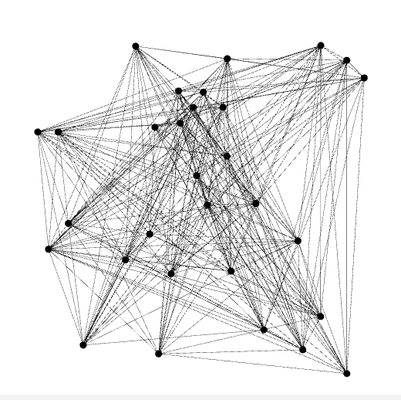
Earlier version of the Graphviz export Graph Images/ErdosRenyi30.png (isailg/GraphLibrary). Its source is kept beside it as GraphViz/ErdosRenyi30.gv.
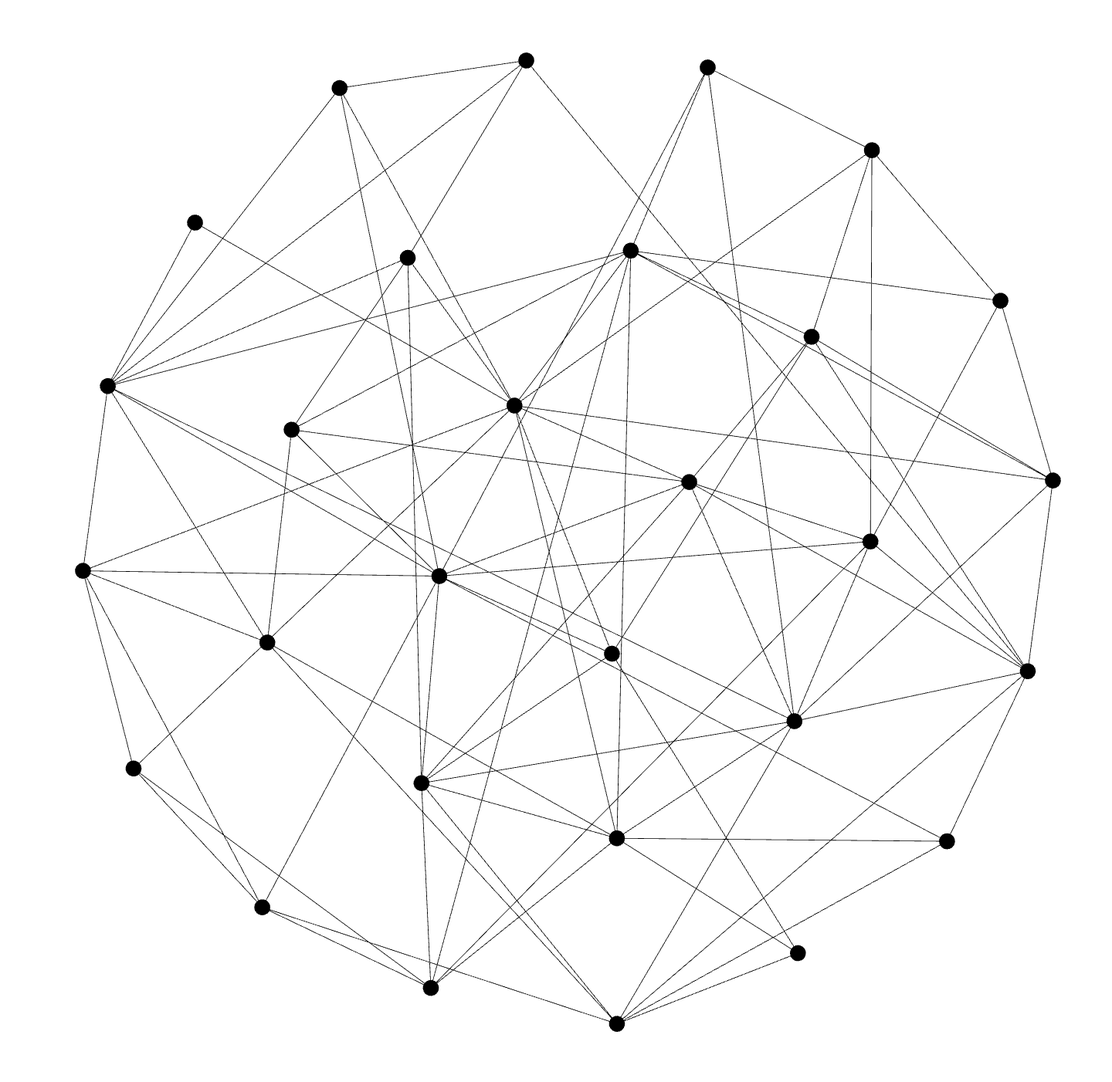
The same file after the commit.

What changed in the source:
```diff
@@ -1,287 +1,91 @@
-graph ErdosRenyi30 {
-5 -- 4;
-7 -- 8;
-6 -- 10;
+graph GeneratedGraphs(.gv)/ErdosRenyi30 {
+6 -- 27;
+21 -- 14;
+13 -- 26;
+26 -- 25;
+23 -- 7;
+25 -- 12;
+0 -- 12;
+17 -- 25;
+26 -- 14;
+10 -- 4;
+23 -- 21;
+18 -- 16;
+3 -- 21;
+3 -- 1;
+17 -- 9;
+25 -- 16;
+11 -- 21;
+10 -- 17;
+8 -- 0;
+12 -- 9;
+20 -- 0;
+14 -- 13;
+3 -- 5;
+3 -- 22;
+20 -- 1;
+3 -- 7;
+23 -- 29;
+24 -- 21;
+15 -- 3;
+22 -- 6;
+14 -- 8;
 20 -- 29;
-0 -- 23;
-24 -- 18;
-2 -- 16;
-16 -- 21;
-14 -- 19;
-19 -- 25;
-0 -- 8;
-6 -- 8;
-19 -- 2;
-15 -- 2;
-6 -- 26;
-2 -- 6;
-1 -- 11;
+25 -- 24;
+25 -- 19;
+6 -- 12;
+16 -- 15;
+22 -- 8;
+6 -- 1;
+5 -- 11;
+6 -- 19;
+8 -- 21;
+1 -- 12;
+17 -- 11;
+27 -- 21;
+25 -- 2;
+19 -- 11;
+27 -- 5;
+6 -- 4;
+8 -- 23;
+4 -- 25;
+15 -- 5;
+27 -- 26;
+18 -- 15;
+24 -- 0;
+24 -- 8;
+5 -- 24;
+21 -- 12;
+21 -- 1;
+0 -- 26;
+9 -- 7;
+6 -- 9;
+19 -- 18;
+14 -- 15;
+5 -- 9;
+5 -- 25;
+23 -- 1;
+6 -- 11;
+12 -- 14;
+19 -- 16;
 11 -- 10;
-18 -- 5;
-11 -- 18;
-4 -- 9;
-16 -- 24;
-19 -- 28;
-0 -- 13;
-17 -- 10;
-17 -- 9;
-25 -- 2;
-27 -- 15;
-7 -- 12;
-21 -- 20;
-15 -- 23;
-15 -- 25;
-11 -- 14;
-24 -- 21;
-16 -- 1;
-25 -- 13;
-7 -- 21;
-26 -- 0;
-1 -- 27;
-5 -- 6;
-22 -- 7;
-26 -- 15;
-11 -- 0;
-13 -- 26;
+17 -- 1;
+5 -- 0;
+2 -- 11;
+14 -- 6;
+6 -- 18;
+8 -- 10;
+5 -- 13;
+23 -- 18;
+23 -- 22;
+29 -- 3;
 8 -- 12;
-26 -- 20;
-16 -- 3;
-2 -- 22;
-29 -- 28;
-28 -- 16;
+25 -- 3;
+20 -- 25;
+15 -- 1;
+6 -- 20;
 13 -- 24;
-4 -- 24;
-7 -- 0;
-18 -- 4;
-2 -- 12;
-27 -- 21;
-13 -- 1;
-8 -- 4;
-11 -- 28;
-5 -- 1;
-23 -- 8;
-25 -- 12;
-20 -- 14;
-12 -- 17;
-23 -- 25;
-14 -- 2;
-24 -- 20;
-2 -- 3;
-3 -- 24;
-21 -- 8;
-21 -- 4;
-12 -- 16;
-23 -- 19;
-19 -- 15;
-4 -- 6;
-15 -- 9;
-0 -- 24;
-3 -- 26;
-3 -- 6;
-26 -- 5;
-2 -- 28;
-10 -- 24;
 11 -- 4;
-29 -- 8;
-15 -- 5;
-18 -- 3;
-29 -- 4;
-5 -- 12;
-27 -- 6;
-8 -- 18;
-14 -- 25;
-18 -- 25;
-5 -- 21;
-22 -- 0;
-20 -- 17;
-29 -- 0;
-19 -- 24;
-28 -- 18;
-27 -- 28;
-13 -- 22;
-22 -- 27;
-17 -- 25;
-26 -- 17;
-3 -- 23;
-26 -- 23;
-9 -- 10;
-6 -- 20;
-14 -- 18;
-17 -- 28;
-27 -- 10;
-27 -- 23;
-21 -- 1;
-20 -- 3;
-20 -- 19;
-17 -- 23;
-16 -- 4;
-6 -- 22;
-9 -- 20;
-1 -- 23;
-2 -- 26;
-4 -- 1;
-17 -- 18;
-6 -- 29;
-26 -- 27;
-25 -- 0;
-2 -- 13;
-26 -- 24;
-0 -- 2;
-29 -- 10;
-14 -- 10;
-10 -- 18;
-0 -- 3;
-14 -- 27;
-22 -- 8;
-25 -- 10;
-23 -- 20;
-13 -- 20;
-17 -- 8;
-13 -- 21;
-11 -- 15;
-10 -- 28;
-29 -- 3;
-2 -- 21;
-6 -- 11;
-17 -- 0;
-15 -- 16;
-11 -- 19;
-17 -- 2;
-4 -- 0;
-13 -- 7;
-2 -- 20;
-17 -- 24;
-28 -- 9;
-15 -- 13;
-17 -- 29;
-22 -- 29;
-16 -- 18;
-21 -- 28;
-0 -- 28;
-11 -- 24;
-1 -- 15;
-14 -- 1;
-26 -- 7;
-13 -- 16;
-11 -- 23;
-27 -- 20;
-24 -- 14;
-9 -- 8;
-6 -- 0;
-3 -- 15;
-4 -- 17;
-18 -- 7;
-1 -- 28;
-18 -- 22;
-9 -- 19;
-6 -- 24;
-13 -- 18;
-25 -- 4;
-4 -- 15;
-17 -- 16;
-4 -- 13;
-29 -- 23;
-16 -- 27;
-26 -- 8;
-25 -- 6;
-27 -- 29;
-16 -- 6;
-7 -- 20;
-18 -- 19;
-7 -- 5;
-15 -- 8;
-8 -- 25;
-27 -- 0;
-12 -- 14;
-0 -- 16;
-26 -- 29;
-22 -- 25;
-9 -- 14;
-21 -- 14;
-2 -- 11;
-27 -- 18;
-3 -- 4;
-20 -- 0;
-28 -- 8;
-16 -- 23;
-22 -- 28;
-15 -- 29;
-7 -- 29;
-8 -- 20;
-24 -- 15;
-1 -- 6;
-12 -- 1;
-12 -- 22;
-5 -- 29;
-20 -- 4;
-26 -- 18;
-12 -- 3;
-25 -- 21;
-24 -- 27;
-27 -- 13;
-19 -- 1;
-20 -- 5;
-7 -- 2;
-18 -- 23;
-24 -- 2;
-26 -- 16;
-5 -- 27;
-21 -- 23;
-29 -- 2;
-11 -- 9;
-10 -- 5;
-1 -- 8;
-0 -- 18;
-27 -- 2;
-27 -- 25;
-9 -- 18;
-10 -- 3;
-10 -- 13;
-0 -- 9;
-9 -- 23;
-28 -- 5;
-9 -- 6;
-13 -- 28;
-24 -- 29;
-5 -- 23;
-7 -- 16;
-25 -- 7;
-26 -- 12;
-2 -- 18;
-6 -- 7;
-23 -- 14;
-23 -- 10;
-23 -- 22;
-1 -- 2;
-10 -- 1;
-22 -- 11;
-1 -- 0;
-19 -- 3;
-15 -- 0;
-11 -- 16;
-10 -- 16;
-19 -- 0;
-17 -- 3;
-5 -- 13;
-12 -- 11;
-14 -- 4;
-18 -- 29;
-25 -- 29;
-19 -- 22;
-10 -- 15;
-15 -- 6;
-5 -- 3;
-25 -- 11;
-26 -- 21;
-7 -- 17;
-7 -- 23;
-3 -- 25;
-10 -- 19;
-6 -- 17;
-10 -- 0;
-21 -- 22;
-17 -- 11;
-26 -- 11;
-25 -- 1;
-5 -- 17;
+11 -- 7;
+19 -- 7;
 }
```
